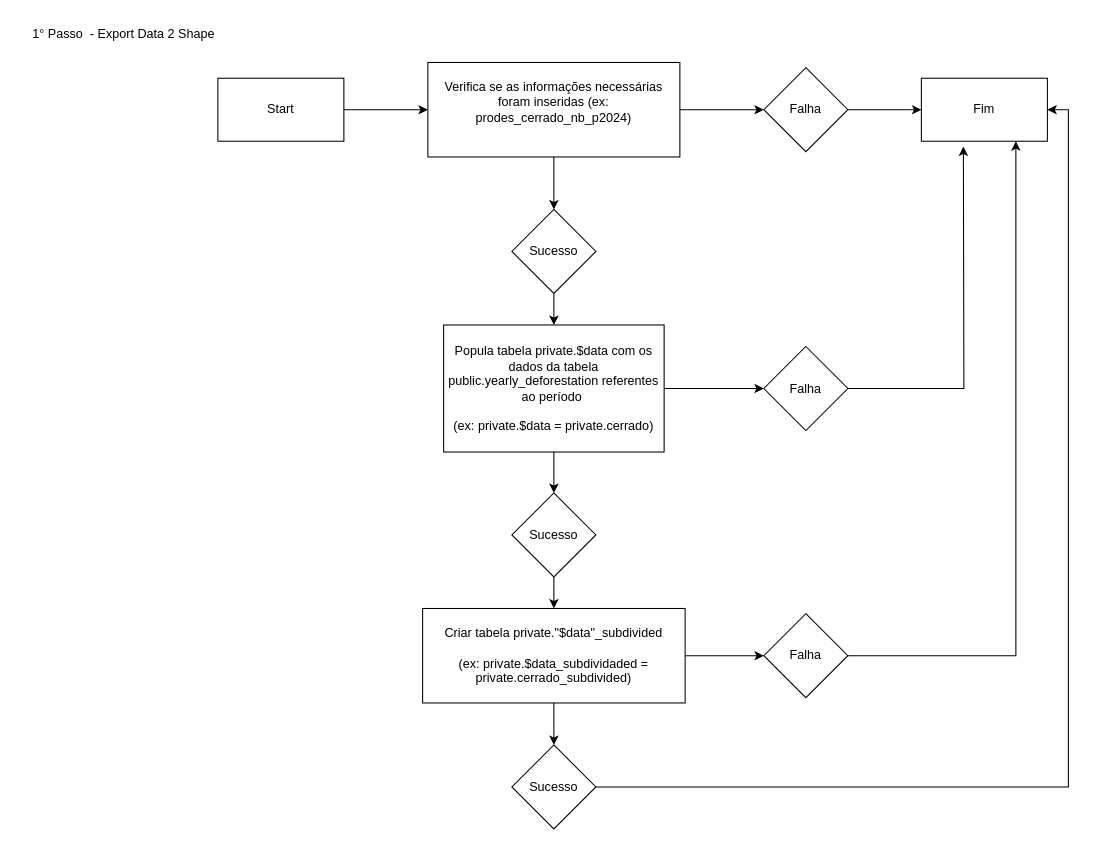
This is page "First Step" (1 of 3) of Diagrama sem nome.drawio from guianderson/API-REST-PYTHON, a draw.io file, before an edit. Source tidied: cells renumbered, new cells numbered last; positions are measured from the earlier drawing's top-left corner, leaving out a move shared by most shapes. Both pictures are drawn from the tidied source at 105%, with x=0, y=0 at pixel (18, 18).
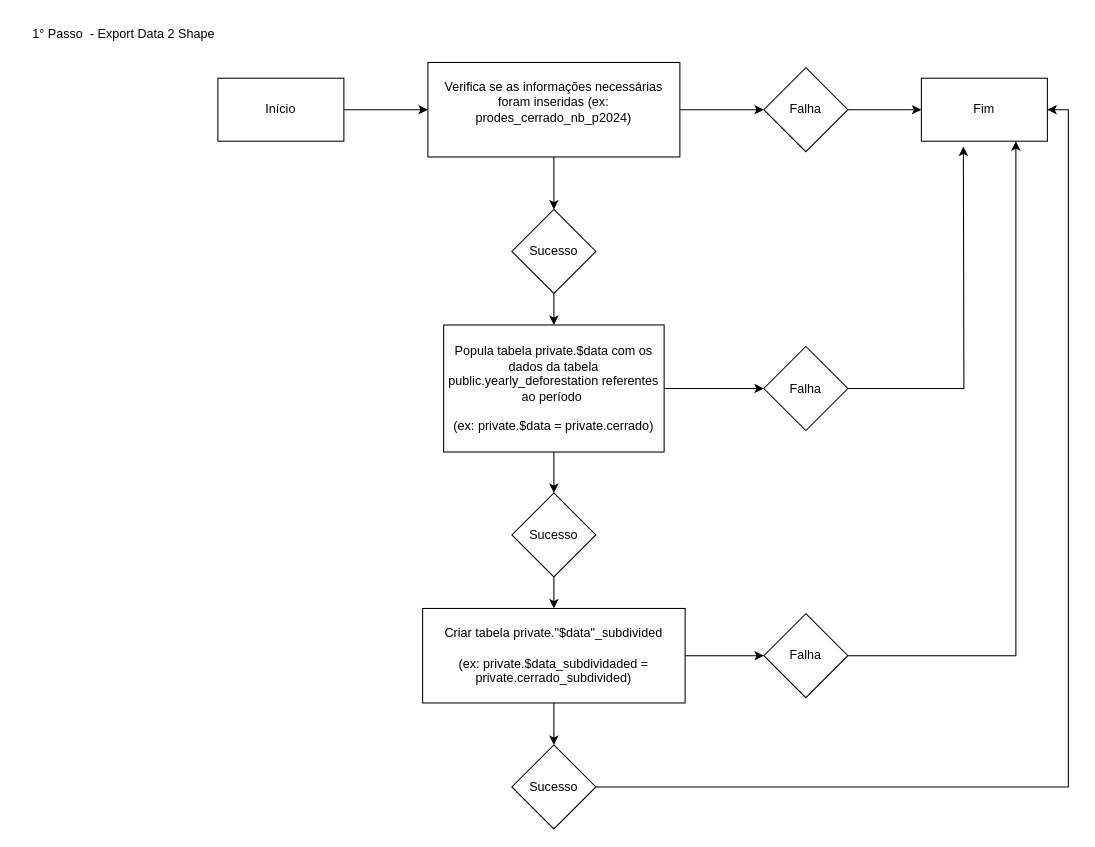
The same diagram, later.

Diff of the diagram source:
```diff
@@
-    <mxCell id="3" value="Start" style="rounded=0;whiteSpace=wrap;html=1;" parent="1" vertex="1">
+    <mxCell id="3" value="Início" style="rounded=0;whiteSpace=wrap;html=1;" parent="1" vertex="1">
       <mxGeometry x="190" y="57" width="120" height="60" as="geometry" />
     </mxCell>
```
